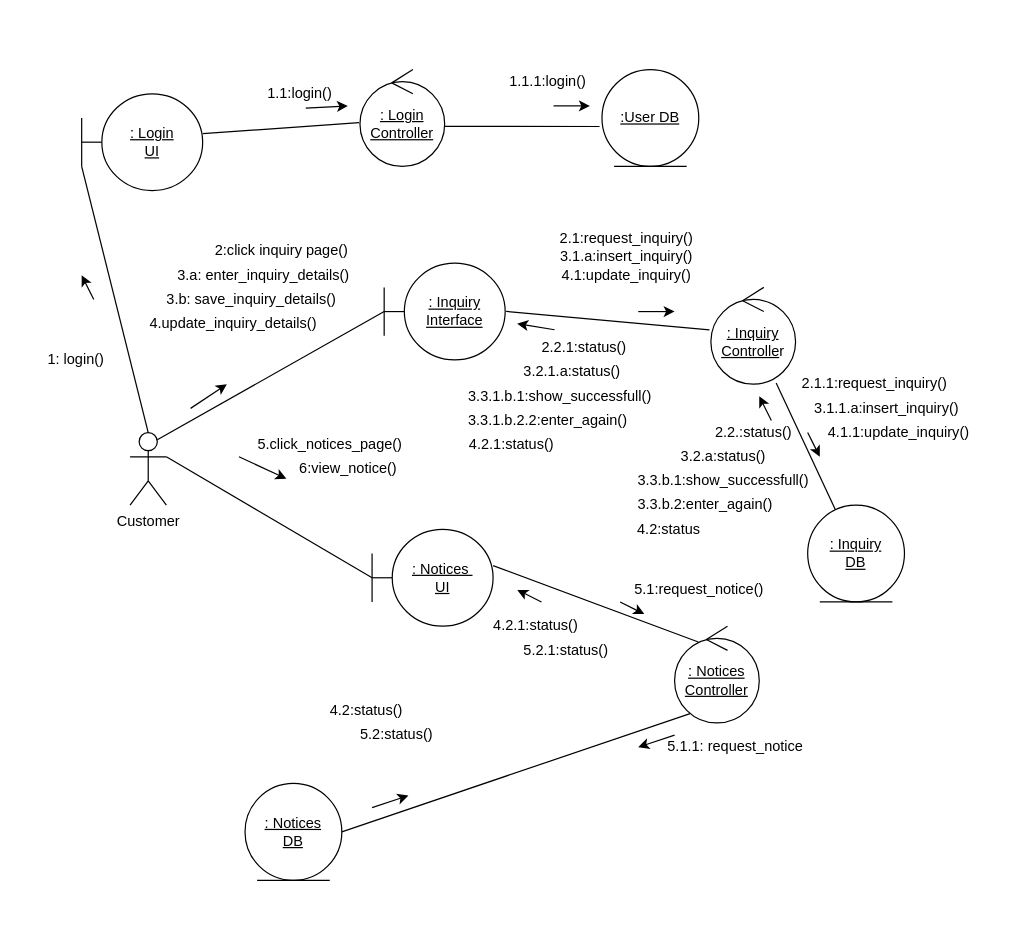
The draw.io diagram page "Kunkuma-Communication-d1" (32 of 37) of PAF ER Diagram.drawio in YuchiraJA/PAF-Project-ER-Diagram, before the edit. Source tidied: cells renumbered, new cells numbered last; positions are measured from the earlier drawing's top-left corner, leaving out a move shared by most shapes. Both pictures are drawn from the tidied source at 121%, with x=0, y=0 at pixel (39, 69).
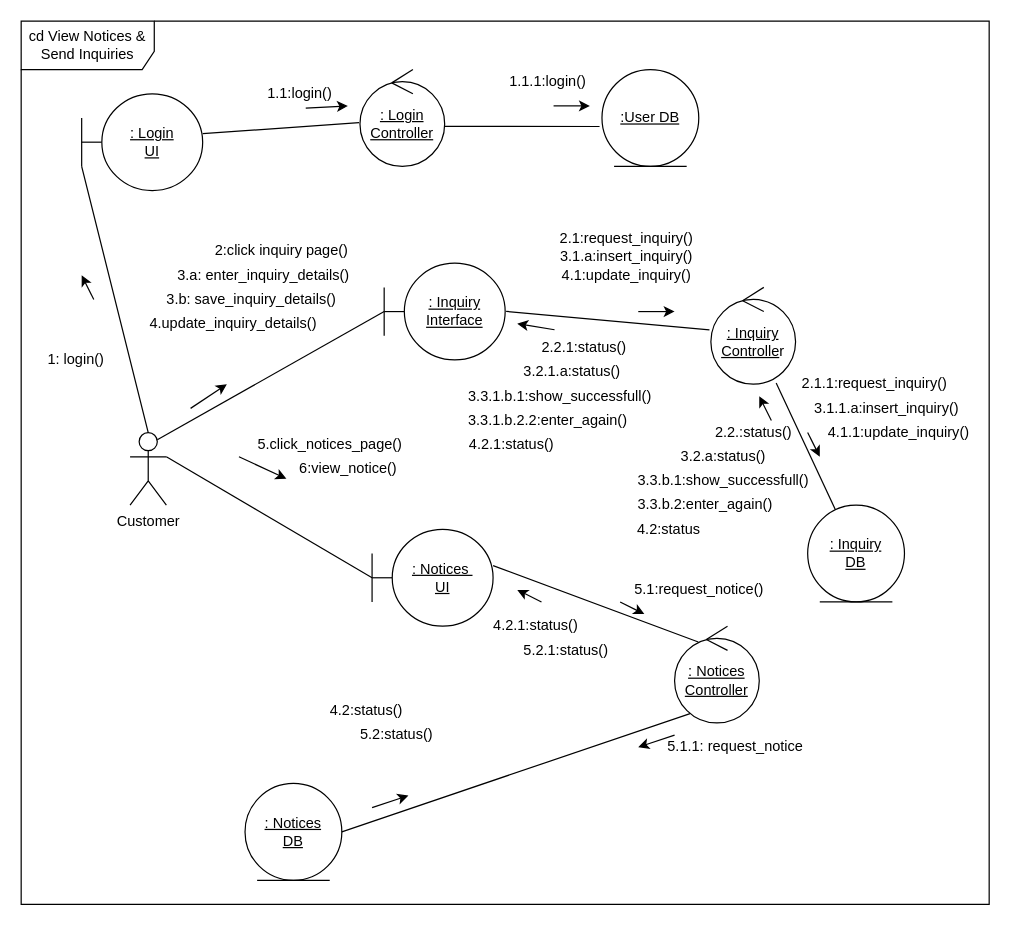
The same page after the edit.

The edit, as a diff of the source:
```diff
@@
+    <mxCell id="65" value="cd View Notices &amp;amp; Send Inquiries" style="shape=umlFrame;whiteSpace=wrap;html=1;width=110;height=40;" parent="1" vertex="1">
+      <mxGeometry x="-15" y="-40" width="800" height="730" as="geometry" />
+    </mxCell>
```
